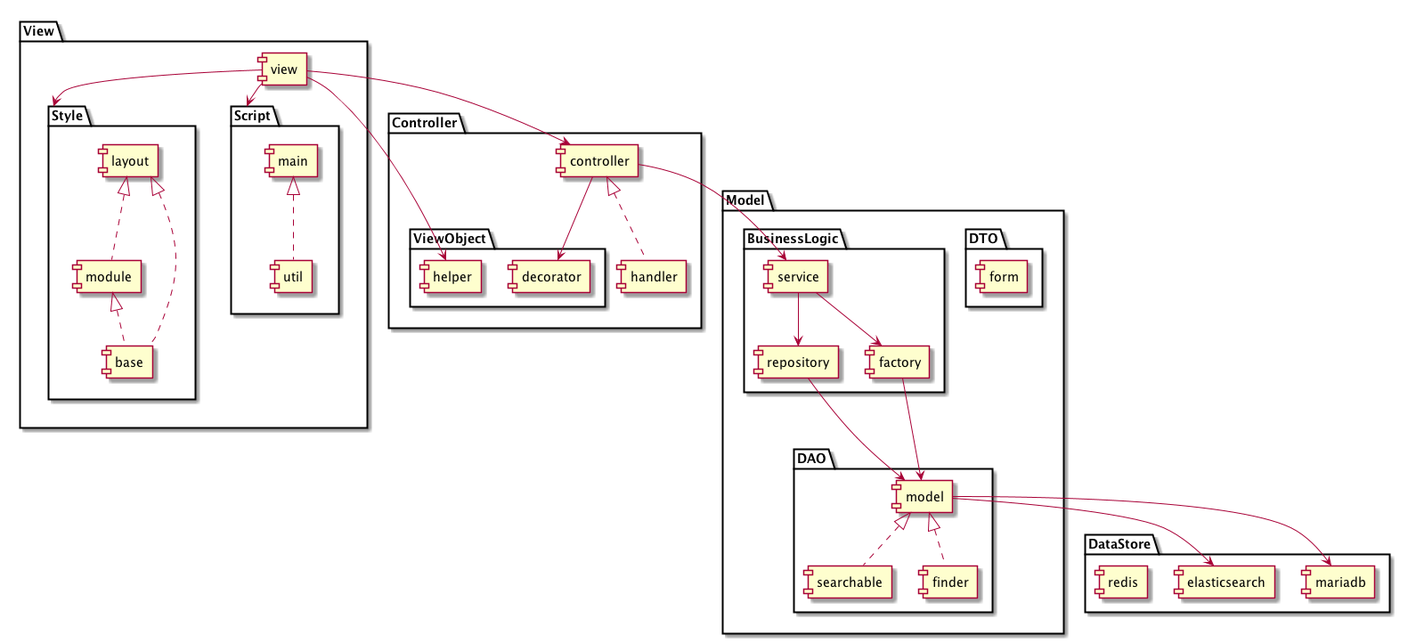
Earlier version of the PlantUML export docs/components.png (yuzutas0/my100tales).
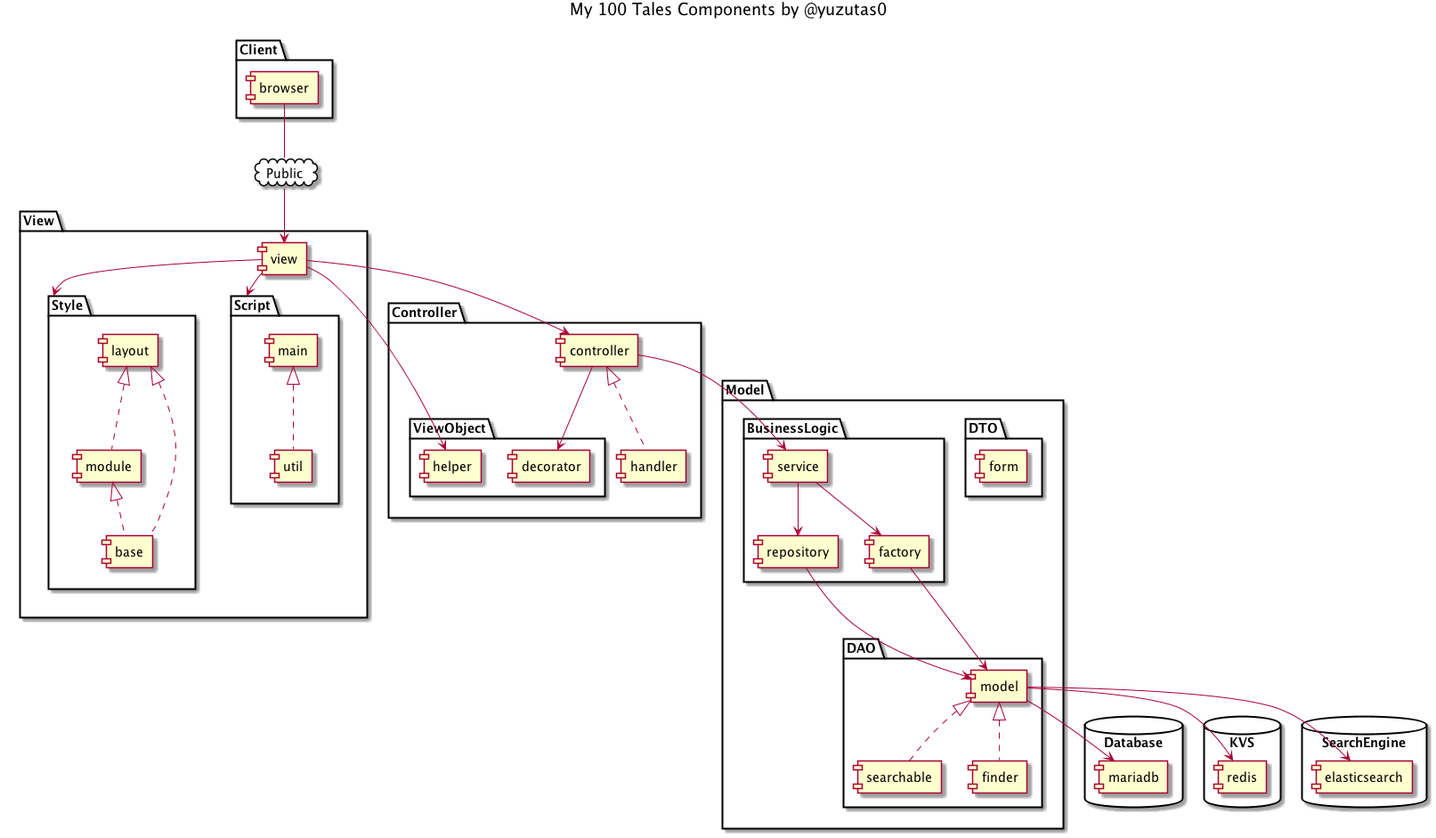
Later version of the same file.

Diff of the diagram source:
```diff
@@ -1,7 +1,17 @@
 @startuml
 
+title My 100 Tales Components by @yuzutas0
+
+package "Client" {
+  [browser]
+}
+
+cloud Public {
+  browser -- Public
+}
+
 package "View" {
-  [view]
+  Public --> [view]
 
   package "Style" {
     view -> Style
@@ -47,10 +57,16 @@
   }
 }
 
-package "DataStore" {
+database "Database" {
   model --> [mariadb]
+}
+
+database "KVS" {
+  model --> [redis]
+}
+
+database "SearchEngine" {
   model --> [elasticsearch]
-  [redis]
 }
 
 @enduml
```
